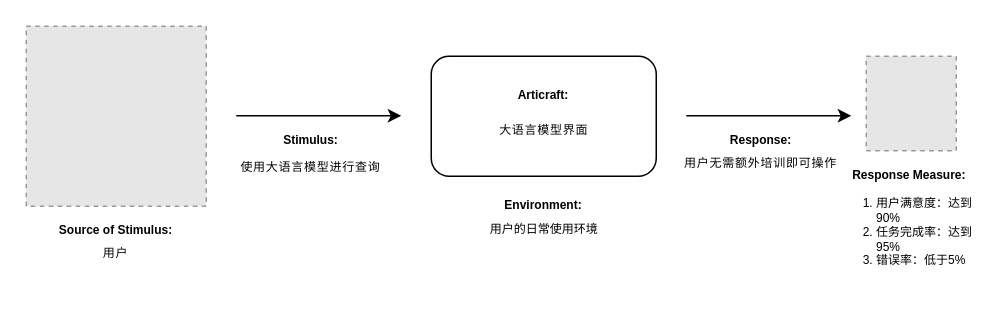
YuhangChan/Diagrams keeps this draw.io diagram as diagrams/Usability.drawio. Above is the earlier version. Source tidied: cells renumbered, new cells numbered last; positions are measured from the earlier drawing's top-left corner, leaving out a move shared by most shapes. Both pictures are drawn from the tidied source at 150%, with x=0, y=0 at pixel (26, 26). Pictures stored in the file or linked from it are replaced by grey dashed boxes.
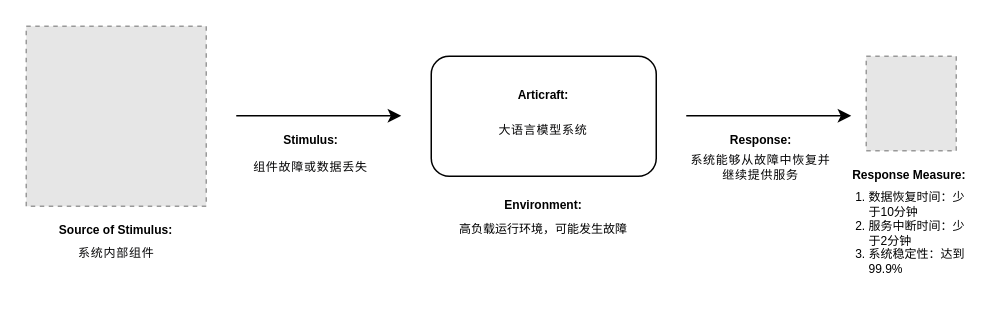
Above is the later version.

Change to the diagram source:
```diff
@@
-    <mxCell id="12" value="&lt;span style=&quot;color: rgb(6, 6, 7); font-family: -apple-system, blinkmacsystemfont, &amp;quot;Helvetica Neue&amp;quot;, helvetica, &amp;quot;segoe ui&amp;quot;, arial, roboto, &amp;quot;PingFang SC&amp;quot;, miui, &amp;quot;Hiragino Sans GB&amp;quot;, &amp;quot;Microsoft Yahei&amp;quot;, sans-serif; font-size: 8px; letter-spacing: 0.5px; text-align: start; background-color: rgb(255, 255, 255);&quot;&gt;用户&lt;/span&gt;" style="text;html=1;align=center;verticalAlign=middle;whiteSpace=wrap;rounded=0;" parent="1" vertex="1">
-      <mxGeometry x="35" y="140" width="50" height="20" as="geometry" />
+    <mxCell id="12" value="&lt;div style=&quot;text-align: start;&quot;&gt;&lt;font face=&quot;-apple-system, blinkmacsystemfont, Helvetica Neue, helvetica, segoe ui, arial, roboto, PingFang SC, miui, Hiragino Sans GB, Microsoft Yahei, sans-serif&quot; color=&quot;#060607&quot;&gt;&lt;span style=&quot;font-size: 8px; letter-spacing: 0.5px;&quot;&gt;系统内部组件&lt;/span&gt;&lt;/font&gt;&lt;br&gt;&lt;/div&gt;" style="text;html=1;align=center;verticalAlign=middle;whiteSpace=wrap;rounded=0;" parent="1" vertex="1">
+      <mxGeometry x="32.5" y="140" width="55" height="20" as="geometry" />
     </mxCell>
-    <mxCell id="13" value="&lt;div style=&quot;text-align: start;&quot;&gt;&lt;span style=&quot;background-color: initial; font-size: 8px; letter-spacing: 0.5px;&quot;&gt;&lt;font face=&quot;-apple-system, blinkmacsystemfont, Helvetica Neue, helvetica, segoe ui, arial, roboto, PingFang SC, miui, Hiragino Sans GB, Microsoft Yahei, sans-serif&quot; color=&quot;#060607&quot;&gt;使用大语言模型进行查询&lt;/font&gt;&lt;/span&gt;&lt;/div&gt;" style="text;html=1;align=center;verticalAlign=middle;whiteSpace=wrap;rounded=0;" parent="1" vertex="1">
+    <mxCell id="13" value="&lt;div style=&quot;text-align: start;&quot;&gt;&lt;font face=&quot;-apple-system, blinkmacsystemfont, Helvetica Neue, helvetica, segoe ui, arial, roboto, PingFang SC, miui, Hiragino Sans GB, Microsoft Yahei, sans-serif&quot; color=&quot;#060607&quot;&gt;&lt;span style=&quot;font-size: 8px; letter-spacing: 0.5px;&quot;&gt;组件故障或数据丢失&lt;/span&gt;&lt;/font&gt;&lt;br&gt;&lt;/div&gt;" style="text;html=1;align=center;verticalAlign=middle;whiteSpace=wrap;rounded=0;" parent="1" vertex="1">
       <mxGeometry x="140" y="83" width="100" height="20" as="geometry" />
     </mxCell>
-    <mxCell id="14" value="&lt;span style=&quot;color: rgb(6, 6, 7); font-family: -apple-system, blinkmacsystemfont, &amp;quot;Helvetica Neue&amp;quot;, helvetica, &amp;quot;segoe ui&amp;quot;, arial, roboto, &amp;quot;PingFang SC&amp;quot;, miui, &amp;quot;Hiragino Sans GB&amp;quot;, &amp;quot;Microsoft Yahei&amp;quot;, sans-serif; font-size: 8px; letter-spacing: 0.5px; text-align: start; background-color: rgb(255, 255, 255);&quot;&gt;大语言模型界面&lt;/span&gt;" style="text;html=1;align=center;verticalAlign=middle;whiteSpace=wrap;rounded=0;" parent="1" vertex="1">
-      <mxGeometry x="312.5" y="53" width="65" height="30" as="geometry" />
+    <mxCell id="14" value="&lt;div style=&quot;text-align: start;&quot;&gt;&lt;span style=&quot;background-color: initial; font-size: 8px; letter-spacing: 0.5px;&quot;&gt;&lt;font face=&quot;-apple-system, blinkmacsystemfont, Helvetica Neue, helvetica, segoe ui, arial, roboto, PingFang SC, miui, Hiragino Sans GB, Microsoft Yahei, sans-serif&quot; color=&quot;#060607&quot;&gt;大语言模型系统&lt;/font&gt;&lt;/span&gt;&lt;/div&gt;" style="text;html=1;align=center;verticalAlign=middle;whiteSpace=wrap;rounded=0;" parent="1" vertex="1">
+      <mxGeometry x="301.2" y="53" width="87.5" height="30" as="geometry" />
     </mxCell>
@@
-    <mxCell id="16" value="用户的日常使用环境" style="text;html=1;align=center;verticalAlign=middle;whiteSpace=wrap;rounded=0;fontSize=8;" parent="1" vertex="1">
-      <mxGeometry x="303.8" y="130" width="82.5" height="10" as="geometry" />
+    <mxCell id="16" value="高负载运行环境，可能发生故障" style="text;html=1;align=center;verticalAlign=middle;whiteSpace=wrap;rounded=0;fontSize=8;" parent="1" vertex="1">
+      <mxGeometry x="285.9" y="130" width="118.1" height="10" as="geometry" />
     </mxCell>
-    <mxCell id="17" value="&lt;span style=&quot;color: rgb(6, 6, 7); font-family: -apple-system, blinkmacsystemfont, &amp;quot;Helvetica Neue&amp;quot;, helvetica, &amp;quot;segoe ui&amp;quot;, arial, roboto, &amp;quot;PingFang SC&amp;quot;, miui, &amp;quot;Hiragino Sans GB&amp;quot;, &amp;quot;Microsoft Yahei&amp;quot;, sans-serif; font-size: 8px; font-style: normal; font-variant-ligatures: normal; font-variant-caps: normal; font-weight: 400; letter-spacing: 0.5px; orphans: 2; text-indent: 0px; text-transform: none; widows: 2; word-spacing: 0px; -webkit-text-stroke-width: 0px; white-space: normal; background-color: rgb(255, 255, 255); text-decoration-thickness: initial; text-decoration-style: initial; text-decoration-color: initial; float: none; display: inline !important;&quot;&gt;用户无需额外培训即可操作&lt;/span&gt;" style="text;whiteSpace=wrap;html=1;align=center;fontSize=8;" parent="1" vertex="1">
-      <mxGeometry x="430" y="80" width="120" height="20" as="geometry" />
+    <mxCell id="17" value="&lt;span style=&quot;color: rgb(6, 6, 7); font-family: -apple-system, blinkmacsystemfont, &amp;quot;Helvetica Neue&amp;quot;, helvetica, &amp;quot;segoe ui&amp;quot;, arial, roboto, &amp;quot;PingFang SC&amp;quot;, miui, &amp;quot;Hiragino Sans GB&amp;quot;, &amp;quot;Microsoft Yahei&amp;quot;, sans-serif; font-size: 8px; font-style: normal; font-variant-ligatures: normal; font-variant-caps: normal; font-weight: 400; letter-spacing: 0.5px; orphans: 2; text-indent: 0px; text-transform: none; widows: 2; word-spacing: 0px; -webkit-text-stroke-width: 0px; white-space: normal; background-color: rgb(255, 255, 255); text-decoration-thickness: initial; text-decoration-style: initial; text-decoration-color: initial; float: none; display: inline !important;&quot;&gt;系统能够从故障中恢复并继续提供服务&lt;/span&gt;" style="text;whiteSpace=wrap;html=1;align=center;fontSize=8;" parent="1" vertex="1">
+      <mxGeometry x="440" y="78" width="100" height="30" as="geometry" />
     </mxCell>
-    <mxCell id="18" value="&lt;ol style=&quot;font-size: 8px;&quot;&gt;&lt;li style=&quot;box-sizing: inherit;&quot;&gt;用户满意度：达到90%&lt;/li&gt;&lt;li style=&quot;box-sizing: inherit;&quot;&gt;任务完成率：达到95%&lt;/li&gt;&lt;li style=&quot;box-sizing: inherit; font-size: 8px;&quot;&gt;错误率：低于5%&lt;/li&gt;&lt;/ol&gt;" style="text;strokeColor=none;fillColor=none;html=1;whiteSpace=wrap;verticalAlign=middle;overflow=hidden;align=left;" parent="1" vertex="1">
-      <mxGeometry x="525" y="103.5" width="110" height="63" as="geometry" />
+    <mxCell id="18" value="&lt;ol style=&quot;font-size: 8px;&quot;&gt;&lt;li style=&quot;box-sizing: inherit;&quot;&gt;&lt;span style=&quot;font-size: 8px;&quot;&gt;数据恢复时间：少于10分钟&lt;/span&gt;&lt;/li&gt;&lt;li style=&quot;box-sizing: inherit;&quot;&gt;&lt;span style=&quot;font-size: 8px;&quot;&gt;服务中断时间：少于2分钟&lt;/span&gt;&lt;/li&gt;&lt;li style=&quot;box-sizing: inherit;&quot;&gt;&lt;span style=&quot;font-size: 8px;&quot;&gt;系统稳定性：达到99.9%&lt;/span&gt;&lt;/li&gt;&lt;/ol&gt;" style="text;strokeColor=none;fillColor=none;html=1;whiteSpace=wrap;verticalAlign=middle;overflow=hidden;align=left;" parent="1" vertex="1">
+      <mxGeometry x="520" y="100" width="110" height="76.5" as="geometry" />
     </mxCell>
```
